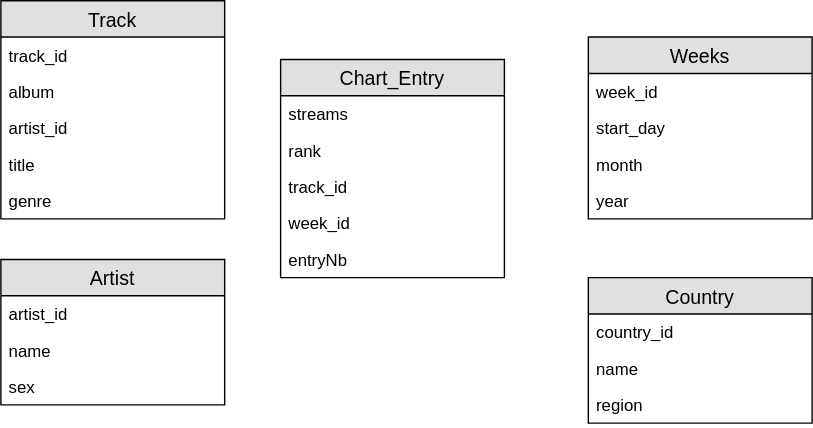
Before: figures/ER1.svg, a diagram exported from draw.io (AlexChanson/DW). Source tidied: cells renumbered, new cells last; positions are measured from the earlier drawing's top-left corner, leaving out a move shared by most shapes.
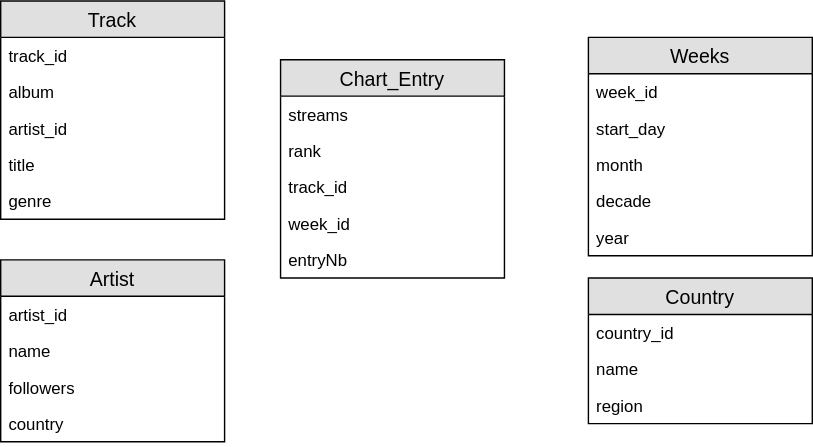
The same diagram one commit later.

What changed in the source:
```diff
@@ -39,7 +39,7 @@
       <mxGeometry y="130" width="160" height="26" as="geometry" />
     </mxCell>
     <mxCell id="14" value="Artist" style="swimlane;fontStyle=0;horizontal=1;startSize=26;fillColor=#e0e0e0;swimlaneFillColor=#ffffff;align=center;fontSize=14;" parent="1" vertex="1">
-      <mxGeometry y="185" width="160" height="104" as="geometry" />
+      <mxGeometry y="185" width="160" height="130" as="geometry" />
     </mxCell>
     <mxCell id="15" value="artist_id" style="text;strokeColor=none;fillColor=none;spacingLeft=4;spacingRight=4;overflow=hidden;fontSize=12;" parent="14" vertex="1">
       <mxGeometry y="26" width="160" height="26" as="geometry" />
@@ -47,8 +47,11 @@
     <mxCell id="16" value="name" style="text;strokeColor=none;fillColor=none;spacingLeft=4;spacingRight=4;overflow=hidden;fontSize=12;" parent="14" vertex="1">
       <mxGeometry y="52" width="160" height="26" as="geometry" />
     </mxCell>
+    <mxCell id="27" value="followers" style="text;strokeColor=none;fillColor=none;spacingLeft=4;spacingRight=4;overflow=hidden;fontSize=12;" parent="14" vertex="1">
+      <mxGeometry y="78" width="160" height="26" as="geometry" />
+    </mxCell>
-    <mxCell id="17" value="sex" style="text;strokeColor=none;fillColor=none;spacingLeft=4;spacingRight=4;overflow=hidden;fontSize=12;" parent="14" vertex="1">
-      <mxGeometry y="78" width="160" height="26" as="geometry" />
+    <mxCell id="17" value="country" style="text;strokeColor=none;fillColor=none;spacingLeft=4;spacingRight=4;overflow=hidden;fontSize=12;" parent="14" vertex="1">
+      <mxGeometry y="104" width="160" height="26" as="geometry" />
     </mxCell>
     <mxCell id="18" value="Country" style="swimlane;fontStyle=0;horizontal=1;startSize=26;fillColor=#e0e0e0;swimlaneFillColor=#ffffff;align=center;fontSize=14;" parent="1" vertex="1">
       <mxGeometry x="420" y="198" width="160" height="104" as="geometry" />
@@ -63,7 +66,7 @@
       <mxGeometry y="78" width="160" height="26" as="geometry" />
     </mxCell>
     <mxCell id="22" value="Weeks" style="swimlane;fontStyle=0;horizontal=1;startSize=26;fillColor=#e0e0e0;swimlaneFillColor=#ffffff;align=center;fontSize=14;" parent="1" vertex="1">
-      <mxGeometry x="420" y="26" width="160" height="130" as="geometry" />
+      <mxGeometry x="420" y="26" width="160" height="156" as="geometry" />
     </mxCell>
     <mxCell id="23" value="week_id" style="text;strokeColor=none;fillColor=none;spacingLeft=4;spacingRight=4;overflow=hidden;fontSize=12;" parent="22" vertex="1">
       <mxGeometry y="26" width="160" height="26" as="geometry" />
@@ -74,8 +77,11 @@
     <mxCell id="25" value="month" style="text;strokeColor=none;fillColor=none;spacingLeft=4;spacingRight=4;overflow=hidden;fontSize=12;" parent="22" vertex="1">
       <mxGeometry y="78" width="160" height="26" as="geometry" />
     </mxCell>
+    <mxCell id="28" value="decade&#10;" style="text;strokeColor=none;fillColor=none;spacingLeft=4;spacingRight=4;overflow=hidden;fontSize=12;" parent="22" vertex="1">
+      <mxGeometry y="104" width="160" height="26" as="geometry" />
+    </mxCell>
     <mxCell id="26" value="year" style="text;strokeColor=none;fillColor=none;spacingLeft=4;spacingRight=4;overflow=hidden;fontSize=12;" parent="22" vertex="1">
-      <mxGeometry y="104" width="160" height="26" as="geometry" />
+      <mxGeometry y="130" width="160" height="26" as="geometry" />
     </mxCell>
   </root>
 </mxGraphModel>
```
